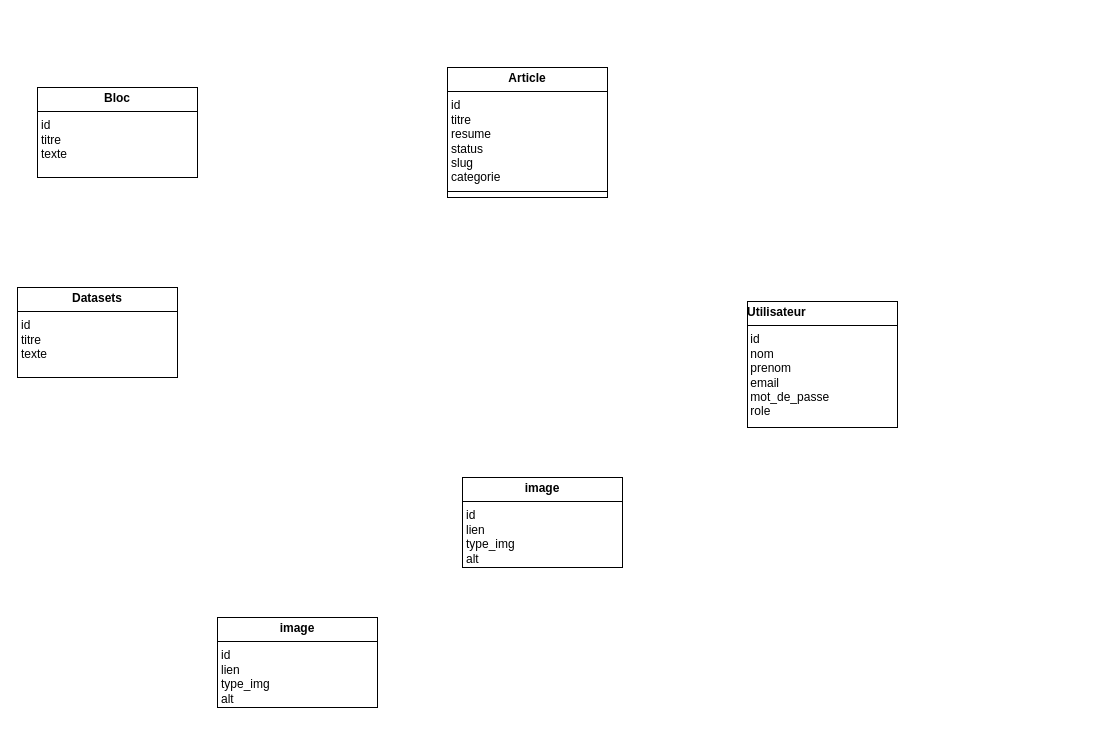
Earlier version of the draw.io diagram Diagramme de Classe CRM.drawio (fresnel25/Environmental-CMS). Source tidied: cells renumbered, new cells numbered last; positions are measured from the earlier drawing's top-left corner, leaving out a move shared by most shapes. Both pictures are drawn from the tidied source at 100%, with x=0, y=0 at pixel (17, 67).
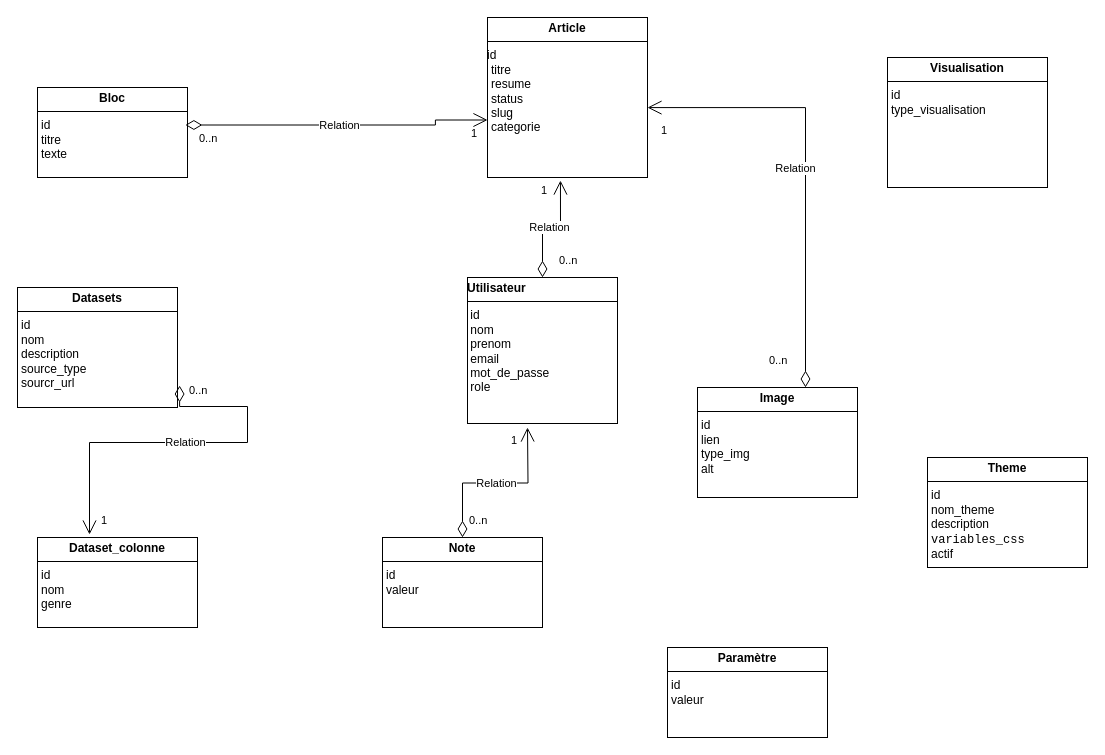
Above is the later version.

Commit message:
Mettre à jour Diagramme de Classe CRM.drawio

What changed in the source:
```diff
@@
-    <mxCell id="2" value="&lt;p style=&quot;margin:0px;margin-top:4px;text-align:center;&quot;&gt;&lt;b&gt;Article&lt;/b&gt;&lt;/p&gt;&lt;hr size=&quot;1&quot; style=&quot;border-style:solid;&quot;&gt;&lt;p style=&quot;margin:0px;margin-left:4px;&quot;&gt;id&lt;/p&gt;&lt;p style=&quot;margin:0px;margin-left:4px;&quot;&gt;titre&lt;/p&gt;&lt;p style=&quot;margin:0px;margin-left:4px;&quot;&gt;resume&lt;/p&gt;&lt;p style=&quot;margin:0px;margin-left:4px;&quot;&gt;status&lt;/p&gt;&lt;p style=&quot;margin:0px;margin-left:4px;&quot;&gt;slug&lt;/p&gt;&lt;p style=&quot;margin:0px;margin-left:4px;&quot;&gt;categorie&lt;/p&gt;&lt;hr size=&quot;1&quot; style=&quot;border-style:solid;&quot;&gt;&lt;p style=&quot;margin:0px;margin-left:4px;&quot;&gt;&lt;br&gt;&lt;/p&gt;" style="verticalAlign=top;align=left;overflow=fill;html=1;whiteSpace=wrap;" parent="1" vertex="1">
-      <mxGeometry x="430" width="160" height="130" as="geometry" />
+    <mxCell id="2" value="&lt;p style=&quot;margin:0px;margin-top:4px;text-align:center;&quot;&gt;&lt;b&gt;Article&lt;/b&gt;&lt;/p&gt;&lt;hr size=&quot;1&quot; style=&quot;border-style:solid;&quot;&gt;id&lt;p style=&quot;margin:0px;margin-left:4px;&quot;&gt;titre&lt;/p&gt;&lt;p style=&quot;margin:0px;margin-left:4px;&quot;&gt;resume&lt;/p&gt;&lt;p style=&quot;margin:0px;margin-left:4px;&quot;&gt;status&lt;/p&gt;&lt;p style=&quot;margin:0px;margin-left:4px;&quot;&gt;slug&lt;/p&gt;&lt;p style=&quot;margin:0px;margin-left:4px;&quot;&gt;categorie&lt;/p&gt;" style="verticalAlign=top;align=left;overflow=fill;html=1;whiteSpace=wrap;" parent="1" vertex="1">
+      <mxGeometry x="470" y="-50" width="160" height="160" as="geometry" />
     </mxCell>
-    <mxCell id="3" value="&lt;p style=&quot;margin:0px;margin-top:4px;text-align:center;&quot;&gt;&lt;b&gt;Bloc&lt;/b&gt;&lt;/p&gt;&lt;hr size=&quot;1&quot; style=&quot;border-style:solid;&quot;&gt;&lt;p style=&quot;margin:0px;margin-left:4px;&quot;&gt;id&lt;/p&gt;&lt;p style=&quot;margin:0px;margin-left:4px;&quot;&gt;titre&lt;/p&gt;&lt;p style=&quot;margin:0px;margin-left:4px;&quot;&gt;texte&lt;/p&gt;" style="verticalAlign=top;align=left;overflow=fill;html=1;whiteSpace=wrap;" parent="1" vertex="1">
-      <mxGeometry x="20" y="20" width="160" height="90" as="geometry" />
+    <mxCell id="3" value="&lt;p style=&quot;margin:0px;margin-top:4px;text-align:center;&quot;&gt;&lt;b&gt;Bloc&lt;/b&gt;&lt;/p&gt;&lt;hr size=&quot;1&quot; style=&quot;border-style:solid;&quot;&gt;&lt;p style=&quot;margin:0px;margin-left:4px;&quot;&gt;id&lt;/p&gt;&lt;p style=&quot;margin:0px;margin-left:4px;&quot;&gt;titre&lt;/p&gt;&lt;p style=&quot;margin:0px;margin-left:4px;&quot;&gt;texte&lt;/p&gt;" style="verticalAlign=top;align=left;overflow=fill;html=1;whiteSpace=wrap;direction=west;" parent="1" vertex="1">
+      <mxGeometry x="20" y="20" width="150" height="90" as="geometry" />
     </mxCell>
     <mxCell id="4" value="&lt;p align=&quot;justify&quot; style=&quot;margin: 4px 0px 0px;&quot;&gt;&lt;b&gt;Utilisateur&lt;/b&gt;&lt;/p&gt;&lt;hr align=&quot;justify&quot; size=&quot;1&quot; style=&quot;border-style:solid;&quot;&gt;&lt;div align=&quot;justify&quot;&gt;&amp;nbsp;id&lt;/div&gt;&lt;div align=&quot;justify&quot;&gt;&amp;nbsp;nom&lt;/div&gt;&lt;div align=&quot;justify&quot;&gt;&amp;nbsp;prenom&lt;/div&gt;&lt;div align=&quot;justify&quot;&gt;&amp;nbsp;email&lt;/div&gt;&lt;div align=&quot;justify&quot;&gt;&amp;nbsp;mot_de_passe&lt;/div&gt;&lt;div align=&quot;justify&quot;&gt;&amp;nbsp;role&lt;/div&gt;" style="verticalAlign=top;align=right;overflow=fill;html=1;whiteSpace=wrap;" parent="1" vertex="1">
-      <mxGeometry x="730" y="234" width="150" height="126" as="geometry" />
+      <mxGeometry x="450" y="210" width="150" height="146" as="geometry" />
     </mxCell>
-    <mxCell id="5" value="&lt;p style=&quot;margin:0px;margin-top:4px;text-align:center;&quot;&gt;&lt;b&gt;image&lt;/b&gt;&lt;/p&gt;&lt;hr size=&quot;1&quot; style=&quot;border-style:solid;&quot;&gt;&lt;p style=&quot;margin:0px;margin-left:4px;&quot;&gt;id&lt;/p&gt;&lt;p style=&quot;margin:0px;margin-left:4px;&quot;&gt;lien&lt;/p&gt;&lt;p style=&quot;margin:0px;margin-left:4px;&quot;&gt;type_img&lt;/p&gt;&lt;p style=&quot;margin:0px;margin-left:4px;&quot;&gt;alt&lt;/p&gt;" style="verticalAlign=top;align=left;overflow=fill;html=1;whiteSpace=wrap;" parent="1" vertex="1">
-      <mxGeometry x="445" y="410" width="160" height="90" as="geometry" />
+    <mxCell id="5" value="&lt;p style=&quot;margin:0px;margin-top:4px;text-align:center;&quot;&gt;&lt;b&gt;Image&lt;/b&gt;&lt;/p&gt;&lt;hr size=&quot;1&quot; style=&quot;border-style:solid;&quot;&gt;&lt;p style=&quot;margin:0px;margin-left:4px;&quot;&gt;id&lt;/p&gt;&lt;p style=&quot;margin:0px;margin-left:4px;&quot;&gt;lien&lt;/p&gt;&lt;p style=&quot;margin:0px;margin-left:4px;&quot;&gt;type_img&lt;/p&gt;&lt;p style=&quot;margin:0px;margin-left:4px;&quot;&gt;alt&lt;/p&gt;&lt;p style=&quot;margin:0px;margin-left:4px;&quot;&gt;&lt;br&gt;&lt;/p&gt;" style="verticalAlign=top;align=left;overflow=fill;html=1;whiteSpace=wrap;" parent="1" vertex="1">
+      <mxGeometry x="680" y="320" width="160" height="110" as="geometry" />
     </mxCell>
-    <mxCell id="6" value="&lt;p style=&quot;margin:0px;margin-top:4px;text-align:center;&quot;&gt;&lt;b&gt;Datasets&lt;/b&gt;&lt;/p&gt;&lt;hr size=&quot;1&quot; style=&quot;border-style:solid;&quot;&gt;&lt;p style=&quot;margin:0px;margin-left:4px;&quot;&gt;id&lt;/p&gt;&lt;p style=&quot;margin:0px;margin-left:4px;&quot;&gt;titre&lt;/p&gt;&lt;p style=&quot;margin:0px;margin-left:4px;&quot;&gt;texte&lt;/p&gt;" style="verticalAlign=top;align=left;overflow=fill;html=1;whiteSpace=wrap;" parent="1" vertex="1">
-      <mxGeometry y="220" width="160" height="90" as="geometry" />
+    <mxCell id="6" value="&lt;p style=&quot;margin:0px;margin-top:4px;text-align:center;&quot;&gt;&lt;b&gt;Datasets&lt;/b&gt;&lt;/p&gt;&lt;hr size=&quot;1&quot; style=&quot;border-style:solid;&quot;&gt;&lt;p style=&quot;margin:0px;margin-left:4px;&quot;&gt;id&lt;/p&gt;&lt;p style=&quot;margin:0px;margin-left:4px;&quot;&gt;nom&lt;/p&gt;&lt;p style=&quot;margin:0px;margin-left:4px;&quot;&gt;description&lt;/p&gt;&lt;p style=&quot;margin:0px;margin-left:4px;&quot;&gt;source_type&lt;/p&gt;&lt;p style=&quot;margin:0px;margin-left:4px;&quot;&gt;sourcr_url&lt;/p&gt;" style="verticalAlign=top;align=left;overflow=fill;html=1;whiteSpace=wrap;" parent="1" vertex="1">
+      <mxGeometry y="220" width="160" height="120" as="geometry" />
     </mxCell>
-    <mxCell id="7" value="&lt;p style=&quot;margin:0px;margin-top:4px;text-align:center;&quot;&gt;&lt;b&gt;image&lt;/b&gt;&lt;/p&gt;&lt;hr size=&quot;1&quot; style=&quot;border-style:solid;&quot;&gt;&lt;p style=&quot;margin:0px;margin-left:4px;&quot;&gt;id&lt;/p&gt;&lt;p style=&quot;margin:0px;margin-left:4px;&quot;&gt;lien&lt;/p&gt;&lt;p style=&quot;margin:0px;margin-left:4px;&quot;&gt;type_img&lt;/p&gt;&lt;p style=&quot;margin:0px;margin-left:4px;&quot;&gt;alt&lt;/p&gt;" style="verticalAlign=top;align=left;overflow=fill;html=1;whiteSpace=wrap;" parent="1" vertex="1">
-      <mxGeometry x="200" y="550" width="160" height="90" as="geometry" />
+    <mxCell id="7" value="&lt;p style=&quot;margin:0px;margin-top:4px;text-align:center;&quot;&gt;&lt;b&gt;Dataset_colonne&lt;/b&gt;&lt;/p&gt;&lt;hr size=&quot;1&quot; style=&quot;border-style:solid;&quot;&gt;&lt;p style=&quot;margin:0px;margin-left:4px;&quot;&gt;id&lt;/p&gt;&lt;p style=&quot;margin:0px;margin-left:4px;&quot;&gt;nom&lt;/p&gt;&lt;p style=&quot;margin:0px;margin-left:4px;&quot;&gt;genre&lt;/p&gt;" style="verticalAlign=top;align=left;overflow=fill;html=1;whiteSpace=wrap;" parent="1" vertex="1">
+      <mxGeometry x="20" y="470" width="160" height="90" as="geometry" />
     </mxCell>
+    <mxCell id="8" value="&lt;p style=&quot;margin:0px;margin-top:4px;text-align:center;&quot;&gt;&lt;b&gt;Note&lt;/b&gt;&lt;/p&gt;&lt;hr size=&quot;1&quot; style=&quot;border-style:solid;&quot;&gt;&lt;p style=&quot;margin:0px;margin-left:4px;&quot;&gt;id&lt;/p&gt;&lt;p style=&quot;margin:0px;margin-left:4px;&quot;&gt;valeur&lt;/p&gt;" style="verticalAlign=top;align=left;overflow=fill;html=1;whiteSpace=wrap;" parent="1" vertex="1">
+      <mxGeometry x="365" y="470" width="160" height="90" as="geometry" />
+    </mxCell>
+    <mxCell id="9" value="&lt;p style=&quot;margin:0px;margin-top:4px;text-align:center;&quot;&gt;&lt;b&gt;Visualisation&lt;/b&gt;&lt;/p&gt;&lt;hr size=&quot;1&quot; style=&quot;border-style:solid;&quot;&gt;&lt;p style=&quot;margin:0px;margin-left:4px;&quot;&gt;id&lt;/p&gt;&lt;p style=&quot;margin:0px;margin-left:4px;&quot;&gt;type_visualisation&lt;/p&gt;" style="verticalAlign=top;align=left;overflow=fill;html=1;whiteSpace=wrap;" parent="1" vertex="1">
+      <mxGeometry x="870" y="-10" width="160" height="130" as="geometry" />
+    </mxCell>
+    <mxCell id="10" value="&lt;p style=&quot;margin:0px;margin-top:4px;text-align:center;&quot;&gt;&lt;b&gt;Theme&lt;/b&gt;&lt;/p&gt;&lt;hr size=&quot;1&quot; style=&quot;border-style:solid;&quot;&gt;&lt;p style=&quot;margin:0px;margin-left:4px;&quot;&gt;id&lt;/p&gt;&lt;p style=&quot;margin:0px;margin-left:4px;&quot;&gt;nom_theme&lt;/p&gt;&lt;p style=&quot;margin:0px;margin-left:4px;&quot;&gt;description&lt;/p&gt;&lt;p style=&quot;margin:0px;margin-left:4px;&quot;&gt;&lt;code&gt;variables_css&lt;/code&gt;&lt;/p&gt;&lt;p style=&quot;margin:0px;margin-left:4px;&quot;&gt;actif&lt;/p&gt;&lt;p style=&quot;margin:0px;margin-left:4px;&quot;&gt;&lt;br&gt;&lt;/p&gt;" style="verticalAlign=top;align=left;overflow=fill;html=1;whiteSpace=wrap;" parent="1" vertex="1">
+      <mxGeometry x="910" y="390" width="160" height="110" as="geometry" />
+    </mxCell>
+    <mxCell id="11" value="&lt;p style=&quot;margin:0px;margin-top:4px;text-align:center;&quot;&gt;&lt;b&gt;Paramètre&lt;/b&gt;&lt;/p&gt;&lt;hr size=&quot;1&quot; style=&quot;border-style:solid;&quot;&gt;&lt;p style=&quot;margin:0px;margin-left:4px;&quot;&gt;id&lt;/p&gt;&lt;p style=&quot;margin:0px;margin-left:4px;&quot;&gt;valeur&lt;/p&gt;" style="verticalAlign=top;align=left;overflow=fill;html=1;whiteSpace=wrap;" parent="1" vertex="1">
+      <mxGeometry x="650" y="580" width="160" height="90" as="geometry" />
+    </mxCell>
+    <mxCell id="12" value="Relation" style="endArrow=open;html=1;endSize=12;startArrow=diamondThin;startSize=14;startFill=0;edgeStyle=orthogonalEdgeStyle;rounded=0;entryX=0.013;entryY=0.644;entryDx=0;entryDy=0;entryPerimeter=0;" parent="1" edge="1">
+      <mxGeometry relative="1" as="geometry">
+        <mxPoint x="167.9" y="57.5" as="sourcePoint" />
+        <mxPoint x="470" y="52.5" as="targetPoint" />
+        <Array as="points">
+          <mxPoint x="417.9" y="57.5" />
+          <mxPoint x="417.9" y="52.5" />
+        </Array>
+      </mxGeometry>
+    </mxCell>
+    <mxCell id="13" value="0..n" style="edgeLabel;html=1;align=left;verticalAlign=top;" parent="12" vertex="1">
+      <mxGeometry x="-1" relative="1" as="geometry">
+        <mxPoint x="12" as="offset" />
+      </mxGeometry>
+    </mxCell>
+    <mxCell id="14" value="1" style="edgeLabel;html=1;align=right;verticalAlign=top;" parent="12" vertex="1">
+      <mxGeometry x="1" relative="1" as="geometry">
+        <mxPoint x="-10" as="offset" />
+      </mxGeometry>
+    </mxCell>
+    <mxCell id="15" value="Relation" style="endArrow=open;html=1;endSize=12;startArrow=diamondThin;startSize=14;startFill=0;edgeStyle=orthogonalEdgeStyle;rounded=0;entryX=0.456;entryY=1.019;entryDx=0;entryDy=0;entryPerimeter=0;exitX=0.5;exitY=0;exitDx=0;exitDy=0;" parent="1" edge="1" source="4" target="2">
+      <mxGeometry relative="1" as="geometry" />
+    </mxCell>
+    <mxCell id="16" value="0..n" style="edgeLabel;html=1;align=left;verticalAlign=top;" parent="15" vertex="1">
+      <mxGeometry x="-1" relative="1" as="geometry">
+        <mxPoint x="15" y="-30" as="offset" />
+      </mxGeometry>
+    </mxCell>
+    <mxCell id="17" value="1" style="edgeLabel;html=1;align=right;verticalAlign=top;" parent="15" vertex="1">
+      <mxGeometry x="1" relative="1" as="geometry">
+        <mxPoint x="-13" y="-3" as="offset" />
+      </mxGeometry>
+    </mxCell>
+    <mxCell id="18" value="Relation" style="endArrow=open;html=1;endSize=12;startArrow=diamondThin;startSize=14;startFill=0;edgeStyle=orthogonalEdgeStyle;rounded=0;exitX=0.5;exitY=0;exitDx=0;exitDy=0;" parent="1" edge="1" source="8">
+      <mxGeometry relative="1" as="geometry">
+        <mxPoint x="510" y="360" as="targetPoint" />
+      </mxGeometry>
+    </mxCell>
+    <mxCell id="19" value="0..n" style="edgeLabel;html=1;align=left;verticalAlign=top;" parent="18" vertex="1">
+      <mxGeometry x="-1" relative="1" as="geometry">
+        <mxPoint x="5" y="-30" as="offset" />
+      </mxGeometry>
+    </mxCell>
+    <mxCell id="20" value="1" style="edgeLabel;html=1;align=right;verticalAlign=top;" parent="18" vertex="1">
+      <mxGeometry x="1" relative="1" as="geometry">
+        <mxPoint x="-10" as="offset" />
+      </mxGeometry>
+    </mxCell>
+    <mxCell id="21" value="Relation" style="endArrow=open;html=1;endSize=12;startArrow=diamondThin;startSize=14;startFill=0;edgeStyle=orthogonalEdgeStyle;rounded=0;exitX=0.675;exitY=0;exitDx=0;exitDy=0;exitPerimeter=0;entryX=1;entryY=0.563;entryDx=0;entryDy=0;entryPerimeter=0;" parent="1" edge="1" source="5" target="2">
+      <mxGeometry y="10" relative="1" as="geometry" />
+    </mxCell>
+    <mxCell id="22" value="0..n" style="edgeLabel;html=1;align=left;verticalAlign=top;" parent="21" vertex="1">
+      <mxGeometry x="-1" relative="1" as="geometry">
+        <mxPoint x="-38" y="-40" as="offset" />
+      </mxGeometry>
+    </mxCell>
+    <mxCell id="23" value="1" style="edgeLabel;html=1;align=right;verticalAlign=top;" parent="21" vertex="1">
+      <mxGeometry x="1" relative="1" as="geometry">
+        <mxPoint x="20" y="10" as="offset" />
+      </mxGeometry>
+    </mxCell>
+    <mxCell id="24" value="Relation" style="endArrow=open;html=1;endSize=12;startArrow=diamondThin;startSize=14;startFill=0;edgeStyle=orthogonalEdgeStyle;rounded=0;exitX=1.013;exitY=0.817;exitDx=0;exitDy=0;exitPerimeter=0;entryX=0.325;entryY=-0.033;entryDx=0;entryDy=0;entryPerimeter=0;" parent="1" edge="1" source="6" target="7">
+      <mxGeometry relative="1" as="geometry">
+        <Array as="points">
+          <mxPoint x="162" y="339" />
+          <mxPoint x="230" y="339" />
+          <mxPoint x="230" y="375" />
+          <mxPoint x="72" y="375" />
+        </Array>
+      </mxGeometry>
+    </mxCell>
+    <mxCell id="25" value="0..n" style="edgeLabel;html=1;align=left;verticalAlign=top;" parent="24" vertex="1">
+      <mxGeometry x="-1" relative="1" as="geometry">
+        <mxPoint x="8" y="-8" as="offset" />
+      </mxGeometry>
+    </mxCell>
+    <mxCell id="26" value="1" style="edgeLabel;html=1;align=right;verticalAlign=top;" parent="24" vertex="1">
+      <mxGeometry x="1" relative="1" as="geometry">
+        <mxPoint x="18" y="-27" as="offset" />
+      </mxGeometry>
+    </mxCell>
```
